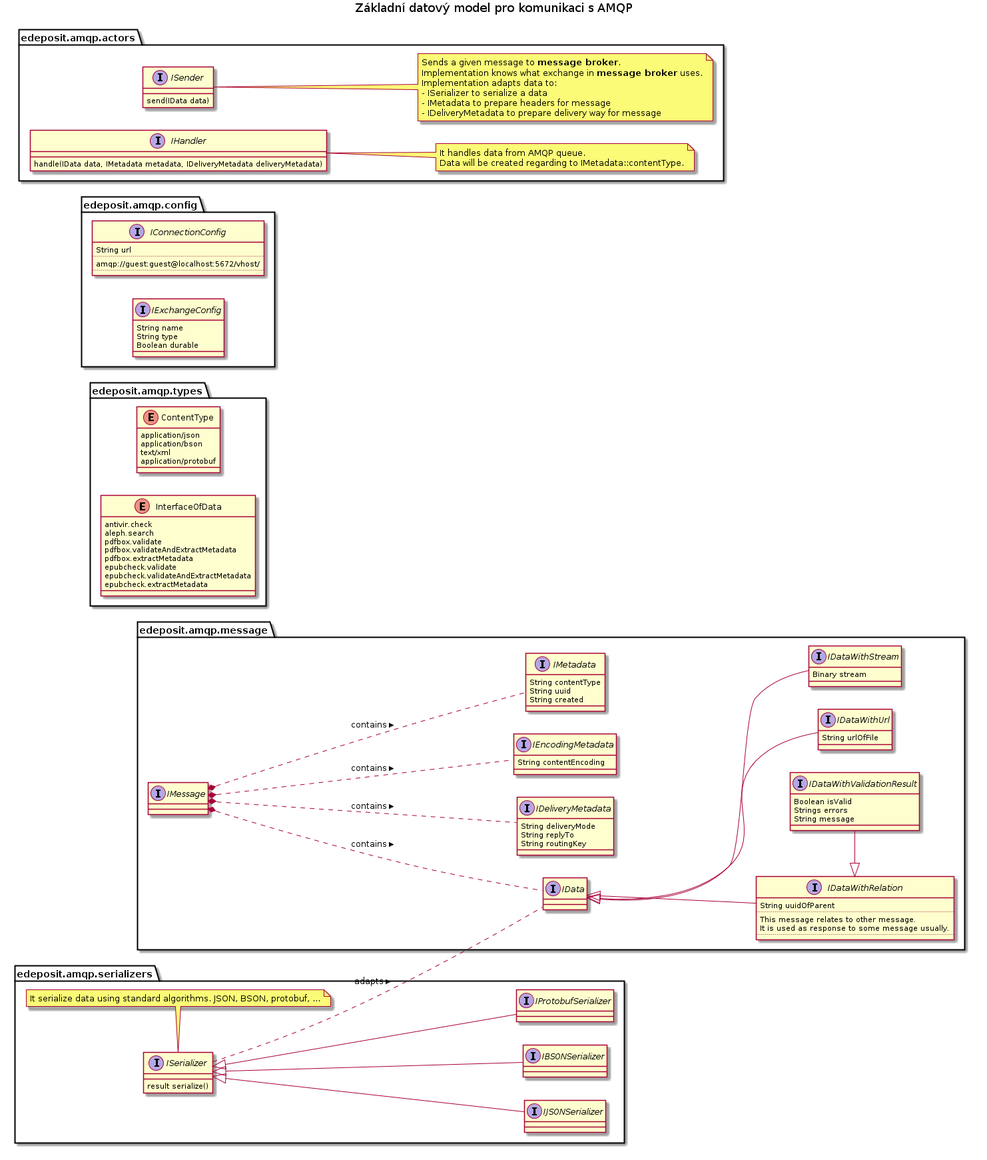
Before: docs/middleware/dm00.png, a diagram exported from PlantUML (edeposit/edeposit).
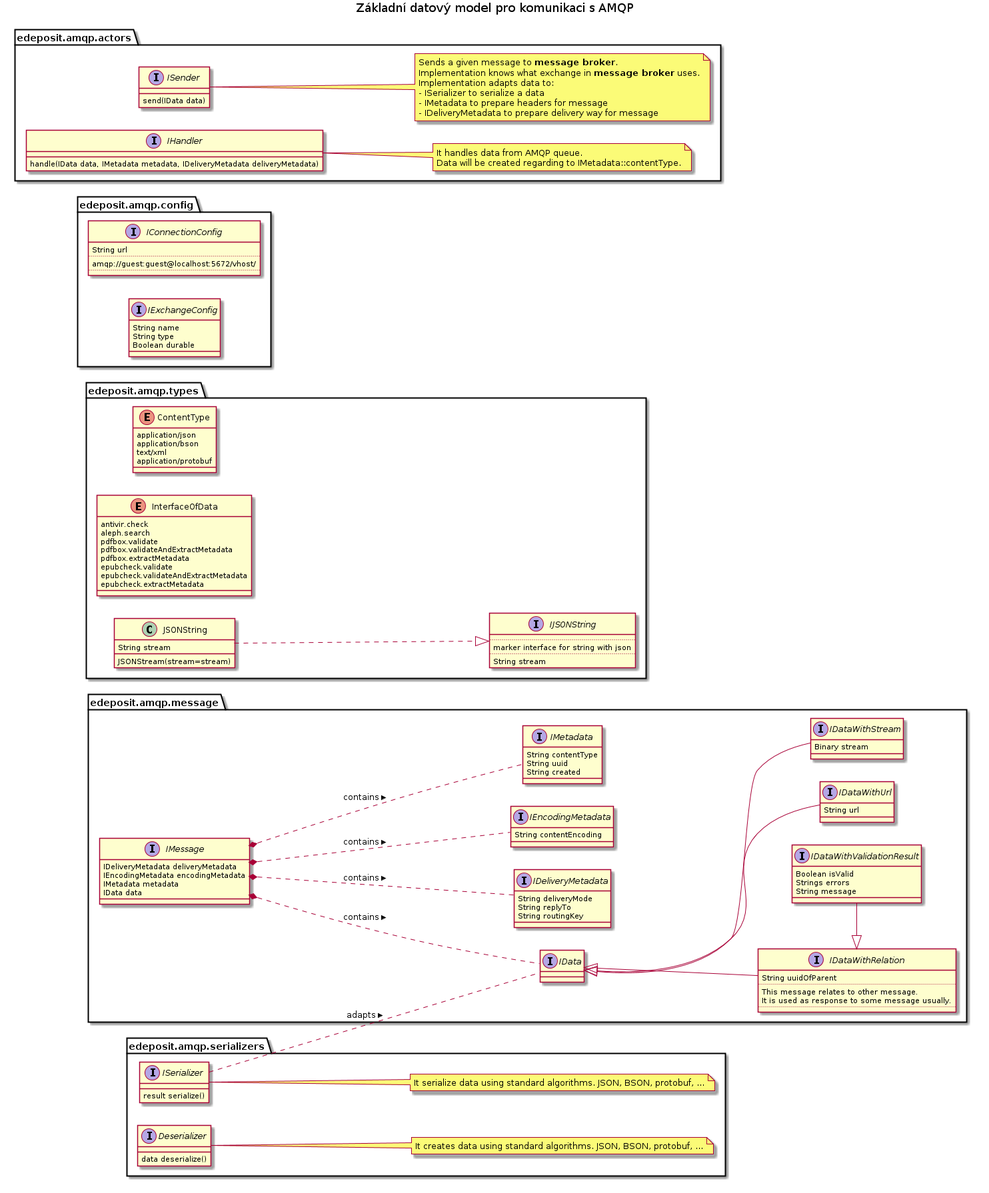
After the commit.

Commit message:
added JSONString into types. jstavel/edeposit.amqp#2

What changed in the source:
```diff
@@ -21,6 +21,21 @@
      epubcheck.validateAndExtractMetadata
      epubcheck.extractMetadata
 }
+
+interface IJSONString {
+          ..
+          marker interface for string with json
+          ..
+          String stream
+}
+
+        class JSONString {
+              String stream
+              JSONStream(stream=stream)
+        }
+
+        JSONString ..|> IJSONString
+
 }
 
 package edeposit.amqp.config {
@@ -67,6 +82,10 @@
 }
 
 interface IMessage {
+          IDeliveryMetadata deliveryMetadata
+          IEncodingMetadata encodingMetadata
+          IMetadata metadata
+          IData data
 }
 
 IMessage *.. IData : > contains
@@ -75,7 +94,7 @@
 IMessage *.. IEncodingMetadata : > contains
 
         interface IDataWithUrl {
-              String urlOfFile
+              String url
         }
 
         interface IDataWithStream {
@@ -122,22 +141,17 @@
         interface ISerializer {
                   result serialize()
         }
-        note bottom
+        note right
         It serialize data using standard algorithms. JSON, BSON, protobuf, ...
         end note
 
-        interface IJSONSerializer {
+        interface Deserializer {
+                  data deserialize()
         }
+        note right
+        It creates data using standard algorithms. JSON, BSON, protobuf, ...
+        end note
 
-        interface IBSONSerializer {
-        }
-
-        interface IProtobufSerializer {
-        }
-
-        ISerializer <|-- IJSONSerializer
-        ISerializer <|-- IBSONSerializer
-        ISerializer <|-- IProtobufSerializer
 }
 
 ISerializer .. IData : > adapts
```
